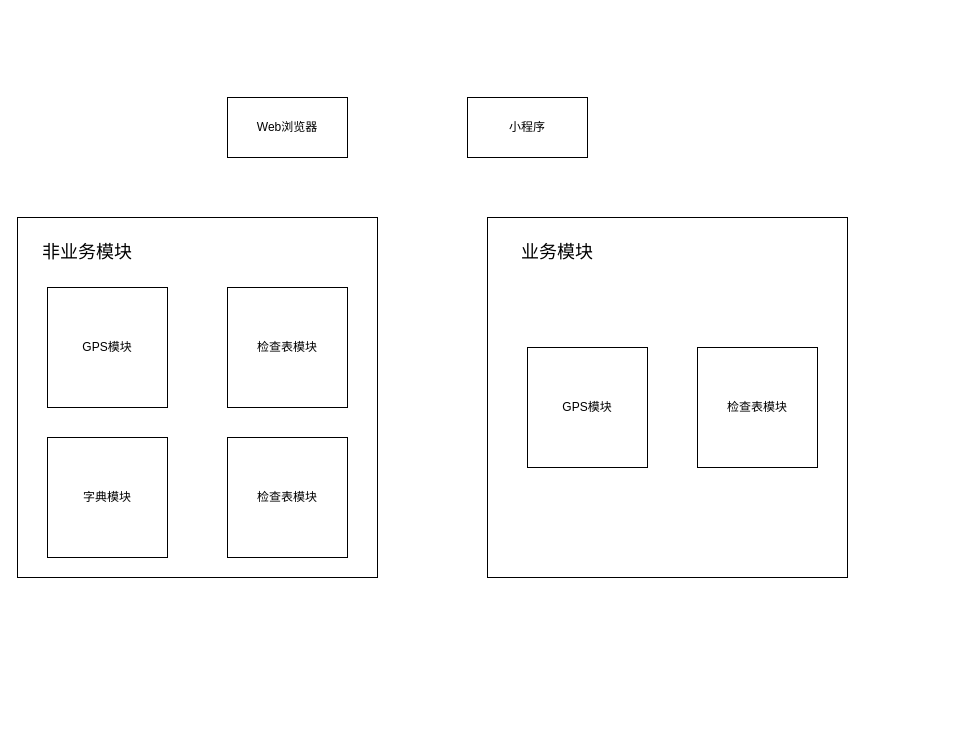
FrankKirin/PM_works keeps this draw.io diagram as E6丰豪配送技术架构.drawio. Above is the earlier version. Source tidied: cells renumbered, new cells numbered last; positions are measured from the earlier drawing's top-left corner, leaving out a move shared by most shapes. Both pictures are drawn from the tidied source at 100%, with x=0, y=0 at pixel (17, 97).
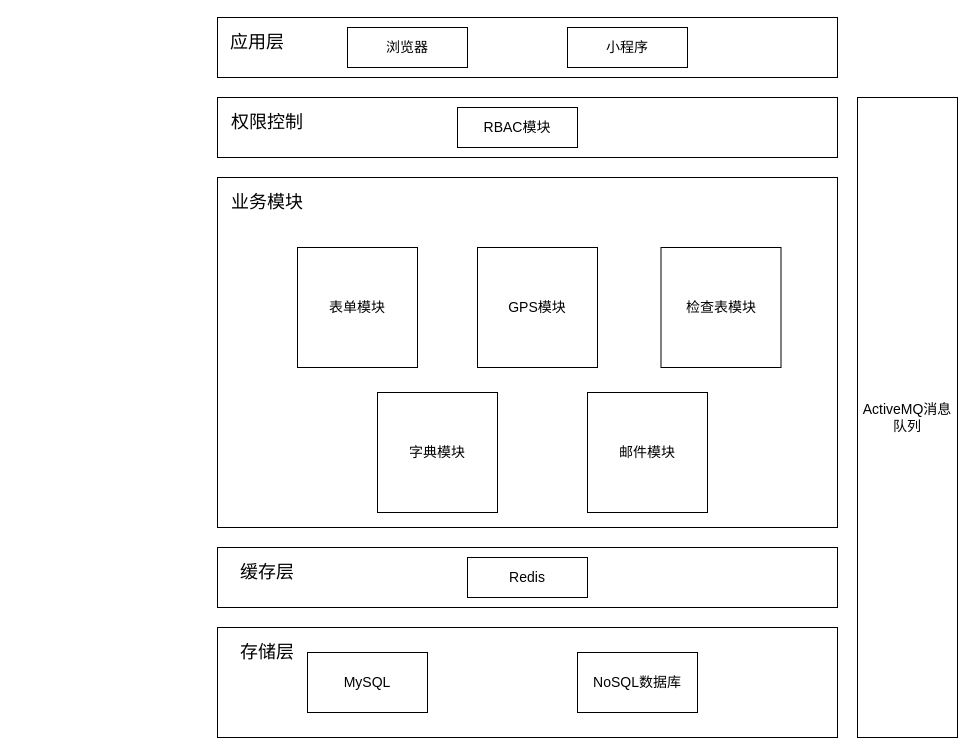
The same diagram, later.

Commit message (it also covers changes not shown here):
Update E6丰豪配送技术架构.drawio

Diff of the diagram source:
```diff
@@
-    <mxCell id="2" style="whiteSpace=wrap;html=1;" parent="1" vertex="1">
-      <mxGeometry y="120" width="360" height="360" as="geometry" />
-    </mxCell>
-    <mxCell id="3" value="Web浏览器" style="rounded=0;whiteSpace=wrap;html=1;" parent="1" vertex="1">
-      <mxGeometry x="210" width="120" height="60" as="geometry" />
-    </mxCell>
-    <mxCell id="4" value="小程序" style="rounded=0;whiteSpace=wrap;html=1;" parent="1" vertex="1">
-      <mxGeometry x="450" width="120" height="60" as="geometry" />
-    </mxCell>
+    <mxCell id="14" style="rounded=0;whiteSpace=wrap;html=1;fontSize=14;" parent="1" vertex="1">
+      <mxGeometry x="200" y="-80" width="620" height="60" as="geometry" />
+    </mxCell>
+    <mxCell id="15" style="rounded=0;whiteSpace=wrap;html=1;fontSize=14;" parent="1" vertex="1">
+      <mxGeometry x="200" y="80" width="620" height="350" as="geometry" />
+    </mxCell>
-    <mxCell id="5" value="GPS模块" style="whiteSpace=wrap;html=1;" parent="1" vertex="1">
-      <mxGeometry x="30" y="190" width="120" height="120" as="geometry" />
+    <mxCell id="5" value="GPS模块" style="whiteSpace=wrap;html=1;fontSize=14;" parent="1" vertex="1">
+      <mxGeometry x="460" y="150" width="120" height="120" as="geometry" />
     </mxCell>
-    <mxCell id="6" value="检查表模块" style="whiteSpace=wrap;html=1;" parent="1" vertex="1">
-      <mxGeometry x="210" y="190" width="120" height="120" as="geometry" />
+    <mxCell id="6" value="检查表模块" style="whiteSpace=wrap;html=1;fontSize=14;" parent="1" vertex="1">
+      <mxGeometry x="643.5" y="150" width="120" height="120" as="geometry" />
     </mxCell>
-    <mxCell id="7" value="&lt;font style=&quot;font-size: 18px&quot;&gt;非业务模块&lt;/font&gt;" style="text;html=1;strokeColor=none;fillColor=none;align=center;verticalAlign=middle;whiteSpace=wrap;rounded=0;" parent="1" vertex="1">
-      <mxGeometry x="10" y="140" width="120" height="30" as="geometry" />
-    </mxCell>
-    <mxCell id="8" style="whiteSpace=wrap;html=1;" parent="1" vertex="1">
-      <mxGeometry x="470" y="120" width="360" height="360" as="geometry" />
-    </mxCell>
-    <mxCell id="9" value="GPS模块" style="whiteSpace=wrap;html=1;" parent="1" vertex="1">
-      <mxGeometry x="510" y="250" width="120" height="120" as="geometry" />
+    <mxCell id="9" value="表单模块" style="whiteSpace=wrap;html=1;gradientColor=none;fontSize=14;" parent="1" vertex="1">
+      <mxGeometry x="280" y="150" width="120" height="120" as="geometry" />
     </mxCell>
-    <mxCell id="10" value="检查表模块" style="whiteSpace=wrap;html=1;" parent="1" vertex="1">
-      <mxGeometry x="680" y="250" width="120" height="120" as="geometry" />
-    </mxCell>
-    <mxCell id="11" value="&lt;font style=&quot;font-size: 18px&quot;&gt;业务模块&lt;/font&gt;" style="text;html=1;strokeColor=none;fillColor=none;align=center;verticalAlign=middle;whiteSpace=wrap;rounded=0;" parent="1" vertex="1">
-      <mxGeometry x="480" y="140" width="120" height="30" as="geometry" />
-    </mxCell>
-    <mxCell id="12" value="字典模块" style="whiteSpace=wrap;html=1;" parent="1" vertex="1">
-      <mxGeometry x="30" y="340" width="120" height="120" as="geometry" />
+    <mxCell id="12" value="字典模块" style="whiteSpace=wrap;html=1;fontSize=14;" parent="1" vertex="1">
+      <mxGeometry x="360" y="295" width="120" height="120" as="geometry" />
     </mxCell>
-    <mxCell id="13" value="检查表模块" style="whiteSpace=wrap;html=1;" parent="1" vertex="1">
-      <mxGeometry x="210" y="340" width="120" height="120" as="geometry" />
+    <mxCell id="13" value="邮件模块" style="whiteSpace=wrap;html=1;fontSize=14;" parent="1" vertex="1">
+      <mxGeometry x="570" y="295" width="120" height="120" as="geometry" />
     </mxCell>
+    <mxCell id="16" style="rounded=0;whiteSpace=wrap;html=1;fontSize=14;" parent="1" vertex="1">
+      <mxGeometry x="200" width="620" height="60" as="geometry" />
+    </mxCell>
+    <mxCell id="17" value="浏览器" style="rounded=0;whiteSpace=wrap;html=1;fontSize=14;" parent="1" vertex="1">
+      <mxGeometry x="330" y="-70" width="120" height="40" as="geometry" />
+    </mxCell>
+    <mxCell id="18" style="rounded=0;whiteSpace=wrap;html=1;fontSize=14;" parent="1" vertex="1">
+      <mxGeometry x="200" y="530" width="620" height="110" as="geometry" />
+    </mxCell>
+    <mxCell id="19" value="MySQL" style="rounded=0;whiteSpace=wrap;html=1;fontSize=14;" parent="1" vertex="1">
+      <mxGeometry x="290" y="555" width="120" height="60" as="geometry" />
+    </mxCell>
+    <mxCell id="20" value="NoSQL数据库" style="rounded=0;whiteSpace=wrap;html=1;fontSize=14;" parent="1" vertex="1">
+      <mxGeometry x="560" y="555" width="120" height="60" as="geometry" />
+    </mxCell>
+    <mxCell id="21" value="权限控制" style="text;html=1;strokeColor=none;fillColor=none;align=center;verticalAlign=middle;whiteSpace=wrap;rounded=0;fontSize=18;" parent="1" vertex="1">
+      <mxGeometry x="210" y="10" width="80" height="30" as="geometry" />
+    </mxCell>
+    <mxCell id="11" value="业务模块" style="text;html=1;strokeColor=none;fillColor=none;align=center;verticalAlign=middle;whiteSpace=wrap;rounded=0;fontSize=18;" parent="1" vertex="1">
+      <mxGeometry x="200" y="90" width="100" height="30" as="geometry" />
+    </mxCell>
+    <mxCell id="22" style="rounded=0;whiteSpace=wrap;html=1;fontSize=14;" parent="1" vertex="1">
+      <mxGeometry x="200" y="450" width="620" height="60" as="geometry" />
+    </mxCell>
+    <mxCell id="23" value="Redis" style="rounded=0;whiteSpace=wrap;html=1;fontSize=14;" parent="1" vertex="1">
+      <mxGeometry x="450" y="460" width="120" height="40" as="geometry" />
+    </mxCell>
+    <mxCell id="24" value="缓存层" style="text;html=1;strokeColor=none;fillColor=none;align=center;verticalAlign=middle;whiteSpace=wrap;rounded=0;fontSize=18;" parent="1" vertex="1">
+      <mxGeometry x="210" y="460" width="80" height="30" as="geometry" />
+    </mxCell>
+    <mxCell id="25" value="存储层" style="text;html=1;strokeColor=none;fillColor=none;align=center;verticalAlign=middle;whiteSpace=wrap;rounded=0;fontSize=18;" parent="1" vertex="1">
+      <mxGeometry x="210" y="540" width="80" height="30" as="geometry" />
+    </mxCell>
+    <mxCell id="26" value="ActiveMQ消息队列" style="rounded=0;whiteSpace=wrap;html=1;fontSize=14;gradientColor=none;" parent="1" vertex="1">
+      <mxGeometry x="840" width="100" height="640" as="geometry" />
+    </mxCell>
+    <mxCell id="4" value="小程序" style="rounded=0;whiteSpace=wrap;html=1;fontSize=14;" parent="1" vertex="1">
+      <mxGeometry x="550" y="-70" width="120" height="40" as="geometry" />
+    </mxCell>
+    <mxCell id="27" value="应用层" style="text;html=1;strokeColor=none;fillColor=none;align=center;verticalAlign=middle;whiteSpace=wrap;rounded=0;fontSize=18;" parent="1" vertex="1">
+      <mxGeometry x="200" y="-70" width="80" height="30" as="geometry" />
+    </mxCell>
+    <mxCell id="28" value="RBAC模块" style="rounded=0;whiteSpace=wrap;html=1;fontSize=14;" parent="1" vertex="1">
+      <mxGeometry x="440" y="10" width="120" height="40" as="geometry" />
+    </mxCell>
```
